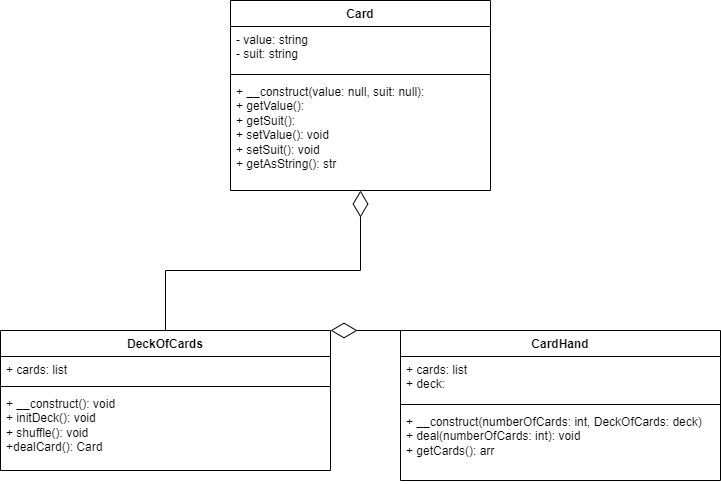
The draw.io diagram public/img/uml_card.png in wiis22/mvc, before a commit. Source tidied: cells renumbered, new cells last; positions are measured from the earlier drawing's top-left corner, leaving out a move shared by most shapes.
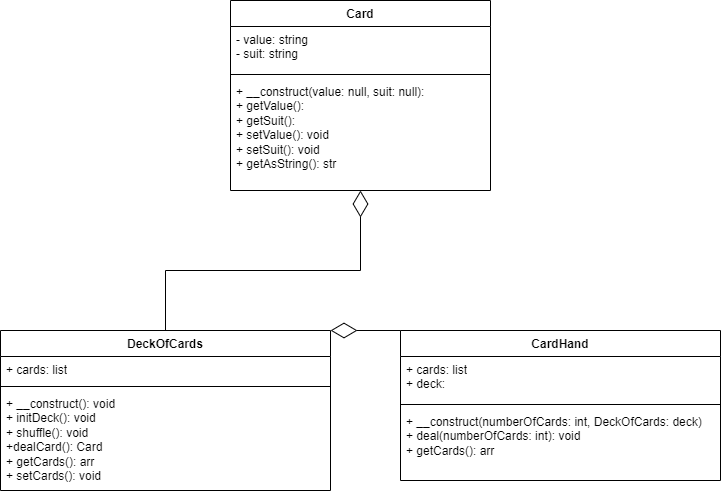
Above is the later version.

Commit message:
Added a new uml diagram

Change to the diagram source:
```diff
@@ -27,7 +27,7 @@
       <mxGeometry y="78" width="320" height="72" as="geometry" />
     </mxCell>
     <mxCell id="10" value="DeckOfCards" style="swimlane;fontStyle=1;align=center;verticalAlign=top;horizontal=1;startSize=26;whiteSpace=wrap;html=1;" parent="1" vertex="1">
-      <mxGeometry y="330" width="330" height="140" as="geometry" />
+      <mxGeometry y="330" width="330" height="160" as="geometry" />
     </mxCell>
     <mxCell id="11" value="+ cards: list" style="text;strokeColor=none;fillColor=none;align=left;verticalAlign=top;spacingLeft=4;spacingRight=4;overflow=hidden;whiteSpace=wrap;html=1;" parent="10" vertex="1">
       <mxGeometry y="26" width="330" height="26" as="geometry" />
@@ -35,8 +35,8 @@
     <mxCell id="12" style="line;strokeWidth=1;fillColor=none;align=left;verticalAlign=middle;spacingTop=-1;spacingLeft=3;spacingRight=3;labelPosition=right;strokeColor=inherit;" parent="10" vertex="1">
       <mxGeometry y="52" width="330" height="8" as="geometry" />
     </mxCell>
-    <mxCell id="13" value="+ __construct(): void&lt;div&gt;+ initDeck(): void&lt;/div&gt;&lt;div&gt;+ shuffle(): void&lt;/div&gt;&lt;div&gt;+dealCard(): Card&lt;/div&gt;" style="text;strokeColor=none;fillColor=none;align=left;verticalAlign=top;spacingLeft=4;spacingRight=4;overflow=hidden;whiteSpace=wrap;html=1;" parent="10" vertex="1">
-      <mxGeometry y="60" width="330" height="80" as="geometry" />
+    <mxCell id="13" value="+ __construct(): void&lt;div&gt;+ initDeck(): void&lt;/div&gt;&lt;div&gt;+ shuffle(): void&lt;/div&gt;&lt;div&gt;+dealCard(): Card&lt;/div&gt;&lt;div&gt;+ getCards(): arr&lt;br&gt;&lt;/div&gt;&lt;div&gt;+ setCards(): void&lt;br&gt;&lt;/div&gt;" style="text;strokeColor=none;fillColor=none;align=left;verticalAlign=top;spacingLeft=4;spacingRight=4;overflow=hidden;whiteSpace=wrap;html=1;" parent="10" vertex="1">
+      <mxGeometry y="60" width="330" height="100" as="geometry" />
     </mxCell>
     <mxCell id="14" style="endArrow=diamondThin;endFill=0;endSize=24;html=1;rounded=0;exitX=0.5;exitY=0;exitDx=0;exitDy=0;" parent="1" edge="1" source="10" target="5">
       <mxGeometry relative="1" as="geometry">
```
